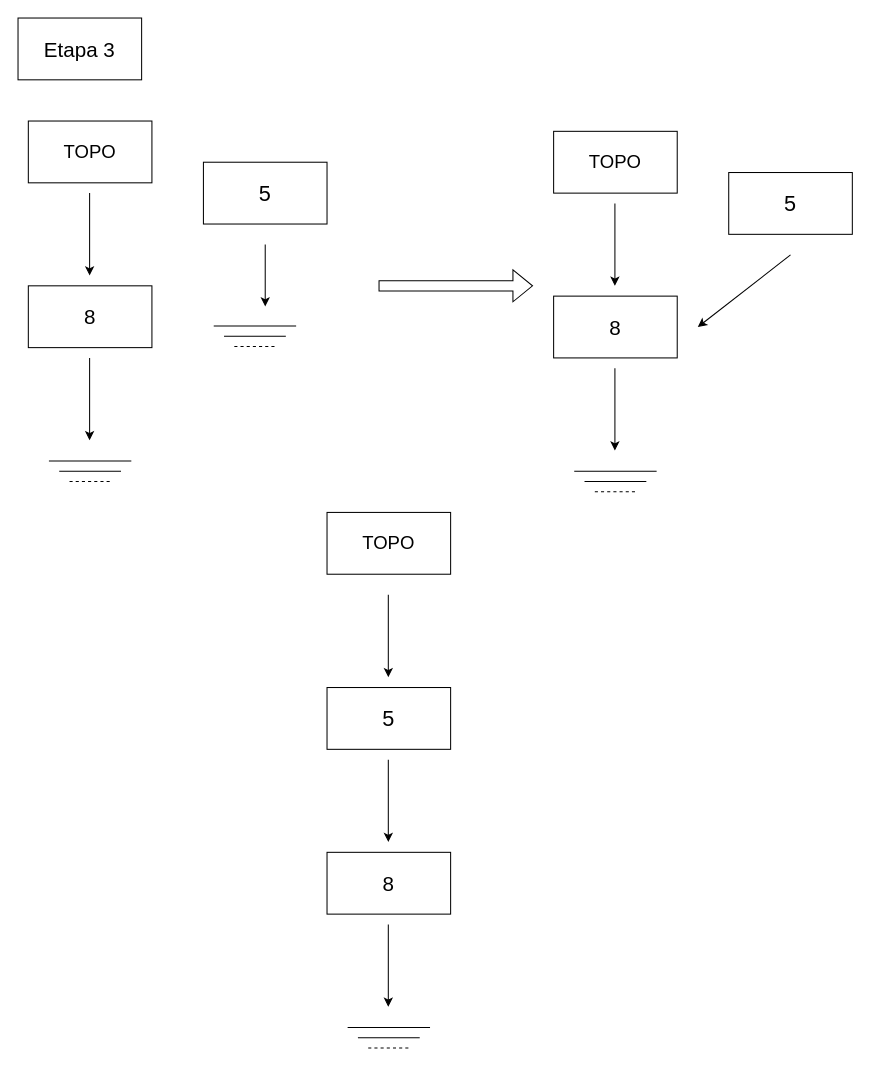
Earlier version of the draw.io diagram page "Page-3" (3 of 4) of Untitled Diagram.drawio (Xang0/Diagramas-de-Estruturas-de-Dado). Source tidied: cells renumbered, new cells numbered last; positions are measured from the earlier drawing's top-left corner, leaving out a move shared by most shapes. Both pictures are drawn from the tidied source at 103%, with x=0, y=0 at pixel (18, 18).
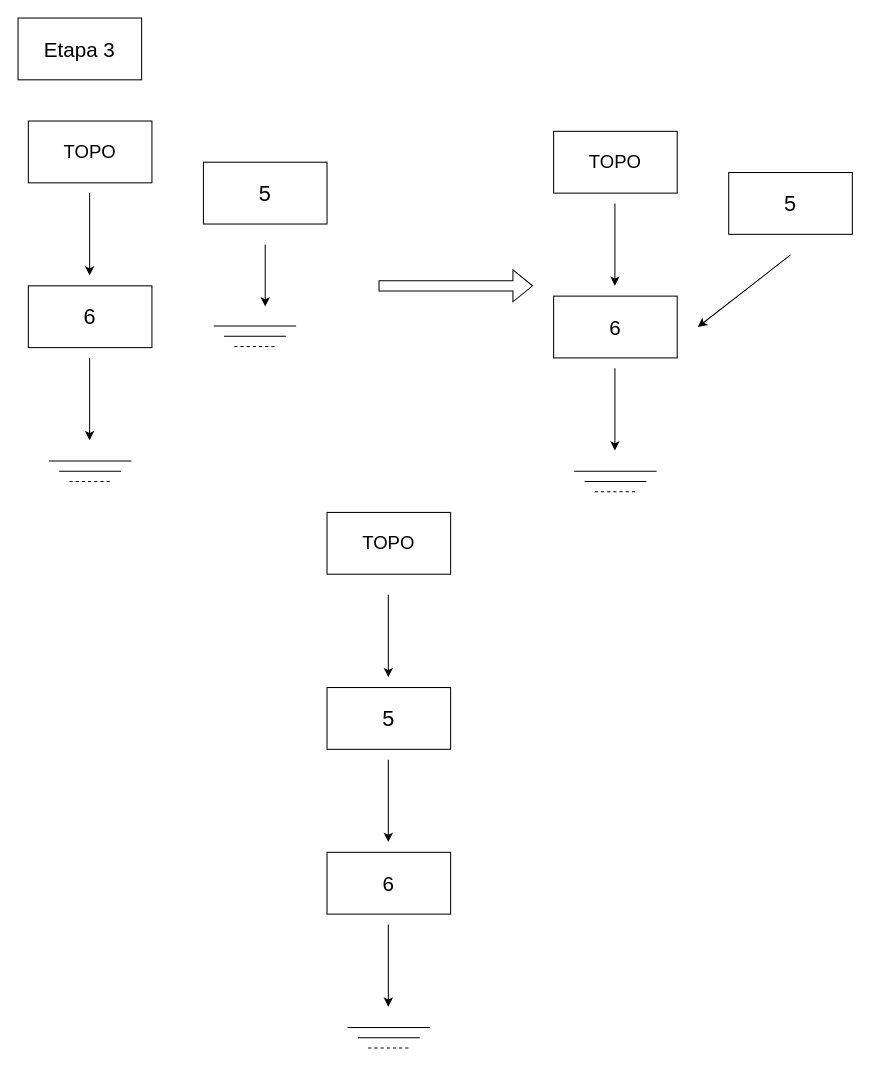
Above is the later version.

Diff of the diagram source:
```diff
@@
-    <mxCell id="10" value="&lt;font style=&quot;font-size: 20px;&quot;&gt;8&lt;/font&gt;" style="text;html=1;align=center;verticalAlign=middle;whiteSpace=wrap;rounded=0;" parent="1" vertex="1">
+    <mxCell id="10" value="&lt;font style=&quot;font-size: 21px;&quot;&gt;6&lt;/font&gt;" style="text;html=1;align=center;verticalAlign=middle;whiteSpace=wrap;rounded=0;" parent="1" vertex="1">
       <mxGeometry x="10" y="260" width="120" height="60" as="geometry" />
     </mxCell>
@@
-    <mxCell id="24" value="&lt;font style=&quot;font-size: 20px;&quot;&gt;8&lt;/font&gt;" style="text;html=1;align=center;verticalAlign=middle;whiteSpace=wrap;rounded=0;" parent="1" vertex="1">
+    <mxCell id="24" value="&lt;font style=&quot;font-size: 20px;&quot;&gt;6&lt;/font&gt;" style="text;html=1;align=center;verticalAlign=middle;whiteSpace=wrap;rounded=0;" parent="1" vertex="1">
       <mxGeometry x="520" y="270" width="120" height="60" as="geometry" />
     </mxCell>
@@
-    <mxCell id="36" value="&lt;font style=&quot;font-size: 20px;&quot;&gt;8&lt;/font&gt;" style="text;html=1;align=center;verticalAlign=middle;whiteSpace=wrap;rounded=0;" parent="1" vertex="1">
+    <mxCell id="36" value="&lt;font style=&quot;font-size: 20px;&quot;&gt;6&lt;/font&gt;" style="text;html=1;align=center;verticalAlign=middle;whiteSpace=wrap;rounded=0;" parent="1" vertex="1">
       <mxGeometry x="300" y="810" width="120" height="60" as="geometry" />
     </mxCell>
```
